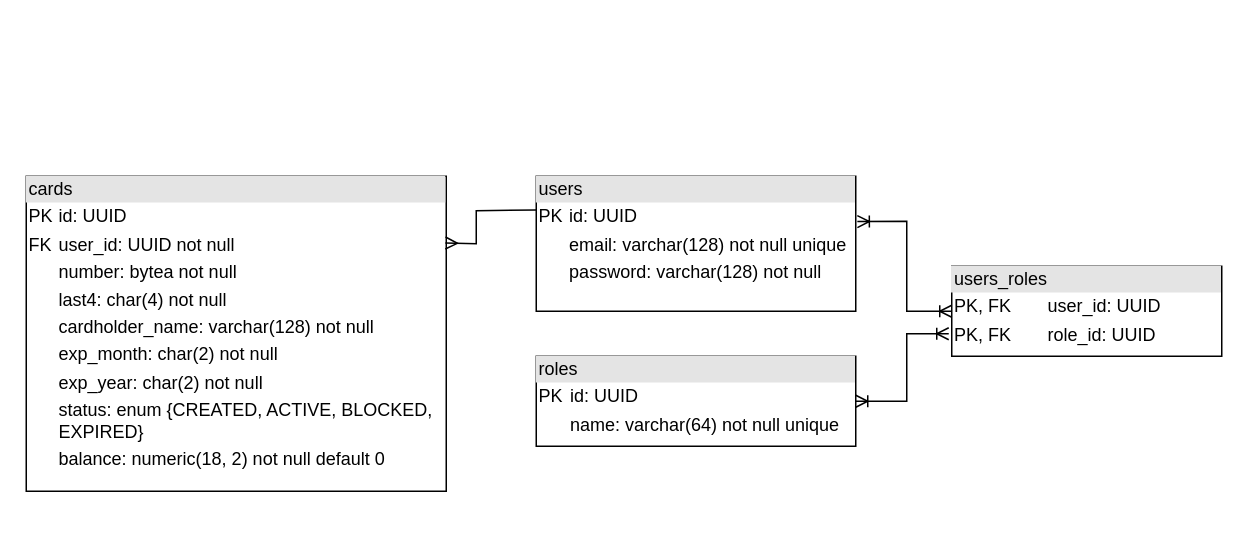
Earlier version of the draw.io diagram docs/er-diagram.drawio (troublegale/bank-rest). Source tidied: cells renumbered, new cells numbered last; positions are measured from the earlier drawing's top-left corner, leaving out a move shared by most shapes. Both pictures are drawn from the tidied source at 150%, with x=0, y=0 at pixel (26, 176).
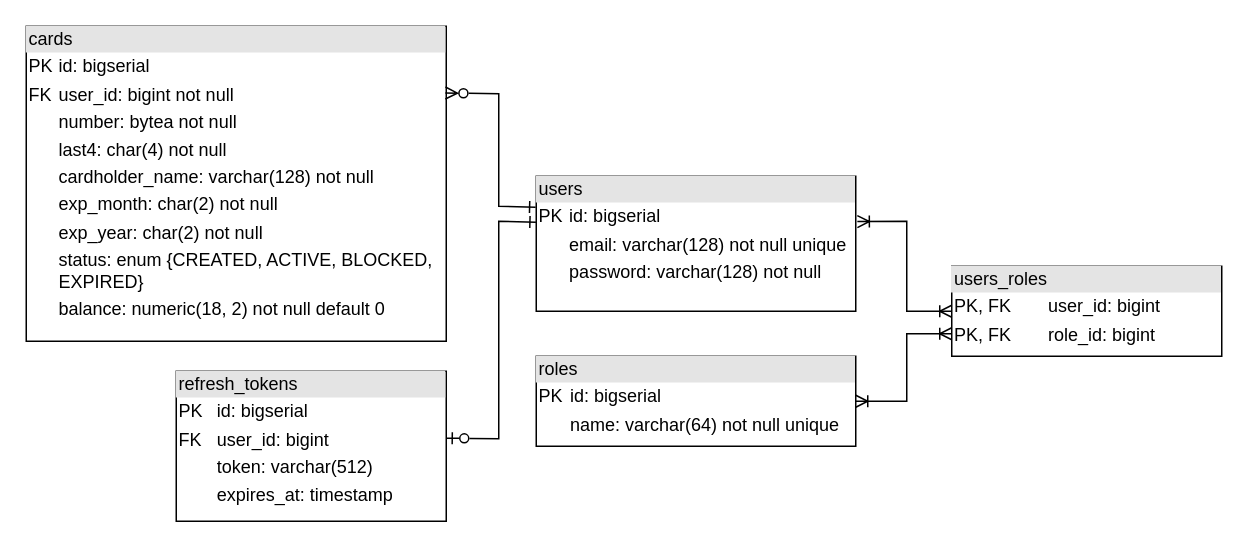
The same diagram, later.

The edit, as a diff of the source:
```diff
@@
 <mxGraphModel>
   <root>
     <mxCell id="0" />
     <mxCell id="1" parent="0" />
-    <mxCell id="2" value="&lt;div style=&quot;box-sizing: border-box; width: 100%; background: rgb(228, 228, 228); padding: 2px;&quot;&gt;users&lt;/div&gt;&lt;table style=&quot;width:100%;font-size:1em;&quot; cellpadding=&quot;2&quot; cellspacing=&quot;0&quot;&gt;&lt;tbody&gt;&lt;tr&gt;&lt;td&gt;PK&lt;/td&gt;&lt;td&gt;id: UUID&lt;/td&gt;&lt;/tr&gt;&lt;tr&gt;&lt;td&gt;&lt;br&gt;&lt;/td&gt;&lt;td&gt;email: varchar(128) not null unique&lt;/td&gt;&lt;/tr&gt;&lt;tr&gt;&lt;td&gt;&lt;/td&gt;&lt;td&gt;password: varchar(128) not null&lt;/td&gt;&lt;/tr&gt;&lt;/tbody&gt;&lt;/table&gt;" style="verticalAlign=top;align=left;overflow=fill;html=1;whiteSpace=wrap;" parent="1" vertex="1">
+    <mxCell id="2" value="&lt;div style=&quot;box-sizing: border-box; width: 100%; background: rgb(228, 228, 228); padding: 2px;&quot;&gt;users&lt;/div&gt;&lt;table style=&quot;width:100%;font-size:1em;&quot; cellpadding=&quot;2&quot; cellspacing=&quot;0&quot;&gt;&lt;tbody&gt;&lt;tr&gt;&lt;td&gt;PK&lt;/td&gt;&lt;td&gt;id: bigserial&lt;/td&gt;&lt;/tr&gt;&lt;tr&gt;&lt;td&gt;&lt;br&gt;&lt;/td&gt;&lt;td&gt;email: varchar(128) not null unique&lt;/td&gt;&lt;/tr&gt;&lt;tr&gt;&lt;td&gt;&lt;/td&gt;&lt;td&gt;password: varchar(128) not null&lt;/td&gt;&lt;/tr&gt;&lt;/tbody&gt;&lt;/table&gt;" style="verticalAlign=top;align=left;overflow=fill;html=1;whiteSpace=wrap;" parent="1" vertex="1">
       <mxGeometry x="340" width="213" height="90" as="geometry" />
     </mxCell>
-    <mxCell id="3" value="&lt;div style=&quot;box-sizing: border-box; width: 100%; background: rgb(228, 228, 228); padding: 2px;&quot;&gt;roles&lt;/div&gt;&lt;table style=&quot;width:100%;font-size:1em;&quot; cellpadding=&quot;2&quot; cellspacing=&quot;0&quot;&gt;&lt;tbody&gt;&lt;tr&gt;&lt;td&gt;PK&lt;/td&gt;&lt;td&gt;id: UUID&lt;/td&gt;&lt;/tr&gt;&lt;tr&gt;&lt;td&gt;&lt;br&gt;&lt;/td&gt;&lt;td&gt;name: varchar(64) not null unique&lt;/td&gt;&lt;/tr&gt;&lt;tr&gt;&lt;td&gt;&lt;br&gt;&lt;/td&gt;&lt;td&gt;&lt;br&gt;&lt;/td&gt;&lt;/tr&gt;&lt;/tbody&gt;&lt;/table&gt;" style="verticalAlign=top;align=left;overflow=fill;html=1;whiteSpace=wrap;" parent="1" vertex="1">
+    <mxCell id="3" value="&lt;div style=&quot;box-sizing: border-box; width: 100%; background: rgb(228, 228, 228); padding: 2px;&quot;&gt;roles&lt;/div&gt;&lt;table style=&quot;width:100%;font-size:1em;&quot; cellpadding=&quot;2&quot; cellspacing=&quot;0&quot;&gt;&lt;tbody&gt;&lt;tr&gt;&lt;td&gt;PK&lt;/td&gt;&lt;td&gt;id: bigserial&lt;/td&gt;&lt;/tr&gt;&lt;tr&gt;&lt;td&gt;&lt;br&gt;&lt;/td&gt;&lt;td&gt;name: varchar(64) not null unique&lt;/td&gt;&lt;/tr&gt;&lt;tr&gt;&lt;td&gt;&lt;br&gt;&lt;/td&gt;&lt;td&gt;&lt;br&gt;&lt;/td&gt;&lt;/tr&gt;&lt;/tbody&gt;&lt;/table&gt;" style="verticalAlign=top;align=left;overflow=fill;html=1;whiteSpace=wrap;" parent="1" vertex="1">
       <mxGeometry x="340" y="120" width="213" height="60" as="geometry" />
     </mxCell>
-    <mxCell id="4" value="&lt;div style=&quot;box-sizing: border-box; width: 100%; background: rgb(228, 228, 228); padding: 2px;&quot;&gt;users_roles&lt;/div&gt;&lt;table style=&quot;width:100%;font-size:1em;&quot; cellpadding=&quot;2&quot; cellspacing=&quot;0&quot;&gt;&lt;tbody&gt;&lt;tr&gt;&lt;td&gt;PK, FK&lt;/td&gt;&lt;td&gt;user_id: UUID&lt;/td&gt;&lt;/tr&gt;&lt;tr&gt;&lt;td&gt;PK, FK&lt;/td&gt;&lt;td&gt;role_id: UUID&lt;/td&gt;&lt;/tr&gt;&lt;tr&gt;&lt;td&gt;&lt;/td&gt;&lt;td&gt;&lt;br&gt;&lt;/td&gt;&lt;/tr&gt;&lt;/tbody&gt;&lt;/table&gt;" style="verticalAlign=top;align=left;overflow=fill;html=1;whiteSpace=wrap;" parent="1" vertex="1">
+    <mxCell id="4" value="&lt;div style=&quot;box-sizing: border-box; width: 100%; background: rgb(228, 228, 228); padding: 2px;&quot;&gt;users_roles&lt;/div&gt;&lt;table style=&quot;width:100%;font-size:1em;&quot; cellpadding=&quot;2&quot; cellspacing=&quot;0&quot;&gt;&lt;tbody&gt;&lt;tr&gt;&lt;td&gt;PK, FK&lt;/td&gt;&lt;td&gt;user_id: bigint&lt;/td&gt;&lt;/tr&gt;&lt;tr&gt;&lt;td&gt;PK, FK&lt;/td&gt;&lt;td&gt;role_id: bigint&lt;/td&gt;&lt;/tr&gt;&lt;tr&gt;&lt;td&gt;&lt;/td&gt;&lt;td&gt;&lt;br&gt;&lt;/td&gt;&lt;/tr&gt;&lt;/tbody&gt;&lt;/table&gt;" style="verticalAlign=top;align=left;overflow=fill;html=1;whiteSpace=wrap;" parent="1" vertex="1">
       <mxGeometry x="617" y="60" width="180" height="60" as="geometry" />
     </mxCell>
     <mxCell id="5" style="endArrow=ERoneToMany;html=1;rounded=0;entryX=0;entryY=0.5;entryDx=0;entryDy=0;exitX=1.005;exitY=0.336;exitDx=0;exitDy=0;exitPerimeter=0;startArrow=ERoneToMany;startFill=0;endFill=0;" parent="1" edge="1" source="2" target="4">
       <mxGeometry relative="1" as="geometry">
         <Array as="points">
           <mxPoint x="587" y="30" />
           <mxPoint x="587" y="90" />
         </Array>
       </mxGeometry>
     </mxCell>
-    <mxCell id="6" style="endArrow=ERoneToMany;html=1;rounded=0;startArrow=ERoneToMany;startFill=0;endFill=0;exitX=1;exitY=0.5;exitDx=0;exitDy=0;" parent="1" edge="1" source="3">
+    <mxCell id="6" style="endArrow=ERoneToMany;html=1;rounded=0;startArrow=ERoneToMany;startFill=0;endFill=0;exitX=1;exitY=0.5;exitDx=0;exitDy=0;entryX=0;entryY=0.75;entryDx=0;entryDy=0;" parent="1" edge="1" source="3" target="4">
       <mxGeometry relative="1" as="geometry">
-        <mxPoint x="615" y="105" as="targetPoint" />
         <Array as="points">
           <mxPoint x="587" y="150" />
           <mxPoint x="587" y="105" />
         </Array>
       </mxGeometry>
     </mxCell>
-    <mxCell id="7" value="&lt;div style=&quot;box-sizing: border-box; width: 100%; background: rgb(228, 228, 228); padding: 2px;&quot;&gt;cards&lt;/div&gt;&lt;table style=&quot;width:100%;font-size:1em;&quot; cellpadding=&quot;2&quot; cellspacing=&quot;0&quot;&gt;&lt;tbody&gt;&lt;tr&gt;&lt;td&gt;PK&lt;/td&gt;&lt;td&gt;id: UUID&lt;/td&gt;&lt;/tr&gt;&lt;tr&gt;&lt;td&gt;FK&lt;/td&gt;&lt;td&gt;user_id: UUID not null&lt;/td&gt;&lt;/tr&gt;&lt;tr&gt;&lt;td&gt;&lt;/td&gt;&lt;td&gt;number: bytea not null&lt;/td&gt;&lt;/tr&gt;&lt;tr&gt;&lt;td&gt;&lt;br&gt;&lt;/td&gt;&lt;td&gt;last4: char(4) not null&lt;/td&gt;&lt;/tr&gt;&lt;tr&gt;&lt;td&gt;&lt;br&gt;&lt;/td&gt;&lt;td&gt;cardholder_name: varchar(128) not null&lt;/td&gt;&lt;/tr&gt;&lt;tr&gt;&lt;td&gt;&lt;br&gt;&lt;/td&gt;&lt;td&gt;exp_month: char(2) not null&lt;/td&gt;&lt;/tr&gt;&lt;tr&gt;&lt;td&gt;&lt;br&gt;&lt;/td&gt;&lt;td&gt;exp_year: char(2) not null&lt;/td&gt;&lt;/tr&gt;&lt;tr&gt;&lt;td&gt;&lt;br&gt;&lt;/td&gt;&lt;td&gt;status: enum {CREATED, ACTIVE, BLOCKED, EXPIRED}&lt;/td&gt;&lt;/tr&gt;&lt;tr&gt;&lt;td&gt;&lt;br&gt;&lt;/td&gt;&lt;td&gt;balance: numeric(18, 2) not null default 0&lt;/td&gt;&lt;/tr&gt;&lt;/tbody&gt;&lt;/table&gt;" style="verticalAlign=top;align=left;overflow=fill;html=1;whiteSpace=wrap;" parent="1" vertex="1">
-      <mxGeometry width="280" height="210" as="geometry" />
+    <mxCell id="7" value="&lt;div style=&quot;box-sizing: border-box; width: 100%; background: rgb(228, 228, 228); padding: 2px;&quot;&gt;cards&lt;/div&gt;&lt;table style=&quot;width:100%;font-size:1em;&quot; cellpadding=&quot;2&quot; cellspacing=&quot;0&quot;&gt;&lt;tbody&gt;&lt;tr&gt;&lt;td&gt;PK&lt;/td&gt;&lt;td&gt;id: bigserial&lt;/td&gt;&lt;/tr&gt;&lt;tr&gt;&lt;td&gt;FK&lt;/td&gt;&lt;td&gt;user_id: bigint not null&lt;/td&gt;&lt;/tr&gt;&lt;tr&gt;&lt;td&gt;&lt;/td&gt;&lt;td&gt;number: bytea not null&lt;/td&gt;&lt;/tr&gt;&lt;tr&gt;&lt;td&gt;&lt;br&gt;&lt;/td&gt;&lt;td&gt;last4: char(4) not null&lt;/td&gt;&lt;/tr&gt;&lt;tr&gt;&lt;td&gt;&lt;br&gt;&lt;/td&gt;&lt;td&gt;cardholder_name: varchar(128) not null&lt;/td&gt;&lt;/tr&gt;&lt;tr&gt;&lt;td&gt;&lt;br&gt;&lt;/td&gt;&lt;td&gt;exp_month: char(2) not null&lt;/td&gt;&lt;/tr&gt;&lt;tr&gt;&lt;td&gt;&lt;br&gt;&lt;/td&gt;&lt;td&gt;exp_year: char(2) not null&lt;/td&gt;&lt;/tr&gt;&lt;tr&gt;&lt;td&gt;&lt;br&gt;&lt;/td&gt;&lt;td&gt;status: enum {CREATED, ACTIVE, BLOCKED, EXPIRED}&lt;/td&gt;&lt;/tr&gt;&lt;tr&gt;&lt;td&gt;&lt;br&gt;&lt;/td&gt;&lt;td&gt;balance: numeric(18, 2) not null default 0&lt;/td&gt;&lt;/tr&gt;&lt;/tbody&gt;&lt;/table&gt;" style="verticalAlign=top;align=left;overflow=fill;html=1;whiteSpace=wrap;" parent="1" vertex="1">
+      <mxGeometry y="-100" width="280" height="210" as="geometry" />
     </mxCell>
-    <mxCell id="8" style="endArrow=none;html=1;rounded=0;exitX=0.998;exitY=0.212;exitDx=0;exitDy=0;exitPerimeter=0;entryX=0;entryY=0.25;entryDx=0;entryDy=0;startArrow=ERmany;startFill=0;" parent="1" edge="1" source="7" target="2">
+    <mxCell id="8" style="endArrow=ERone;html=1;rounded=0;exitX=0.998;exitY=0.212;exitDx=0;exitDy=0;exitPerimeter=0;entryX=-0.002;entryY=0.229;entryDx=0;entryDy=0;startArrow=ERzeroToMany;startFill=0;endFill=0;entryPerimeter=0;" parent="1" edge="1" source="7" target="2">
       <mxGeometry relative="1" as="geometry">
         <Array as="points">
-          <mxPoint x="300" y="45" />
-          <mxPoint x="300" y="23" />
+          <mxPoint x="315" y="-55" />
+          <mxPoint x="315" y="20" />
         </Array>
       </mxGeometry>
     </mxCell>
+    <mxCell id="9" value="&lt;div style=&quot;box-sizing: border-box; width: 100%; background: rgb(228, 228, 228); padding: 2px;&quot;&gt;refresh_tokens&lt;/div&gt;&lt;table style=&quot;width:100%;font-size:1em;&quot; cellpadding=&quot;2&quot; cellspacing=&quot;0&quot;&gt;&lt;tbody&gt;&lt;tr&gt;&lt;td&gt;PK&lt;/td&gt;&lt;td&gt;id: bigserial&lt;/td&gt;&lt;/tr&gt;&lt;tr&gt;&lt;td&gt;FK&lt;/td&gt;&lt;td&gt;user_id: bigint&lt;/td&gt;&lt;/tr&gt;&lt;tr&gt;&lt;td&gt;&lt;/td&gt;&lt;td&gt;token: varchar(512)&lt;/td&gt;&lt;/tr&gt;&lt;tr&gt;&lt;td&gt;&lt;br&gt;&lt;/td&gt;&lt;td&gt;expires_at: timestamp&lt;/td&gt;&lt;/tr&gt;&lt;/tbody&gt;&lt;/table&gt;" style="verticalAlign=top;align=left;overflow=fill;html=1;whiteSpace=wrap;" parent="1" vertex="1">
+      <mxGeometry x="100" y="130" width="180" height="100" as="geometry" />
+    </mxCell>
+    <mxCell id="10" style="endArrow=ERone;html=1;rounded=0;entryX=-0.001;entryY=0.34;entryDx=0;entryDy=0;entryPerimeter=0;startArrow=ERzeroToOne;startFill=0;endFill=0;exitX=1;exitY=0.446;exitDx=0;exitDy=0;exitPerimeter=0;" parent="1" edge="1" source="9" target="2">
+      <mxGeometry relative="1" as="geometry">
+        <Array as="points">
+          <mxPoint x="315" y="175" />
+          <mxPoint x="315" y="30" />
+        </Array>
+      </mxGeometry>
+    </mxCell>
   </root>
 </mxGraphModel>
```
